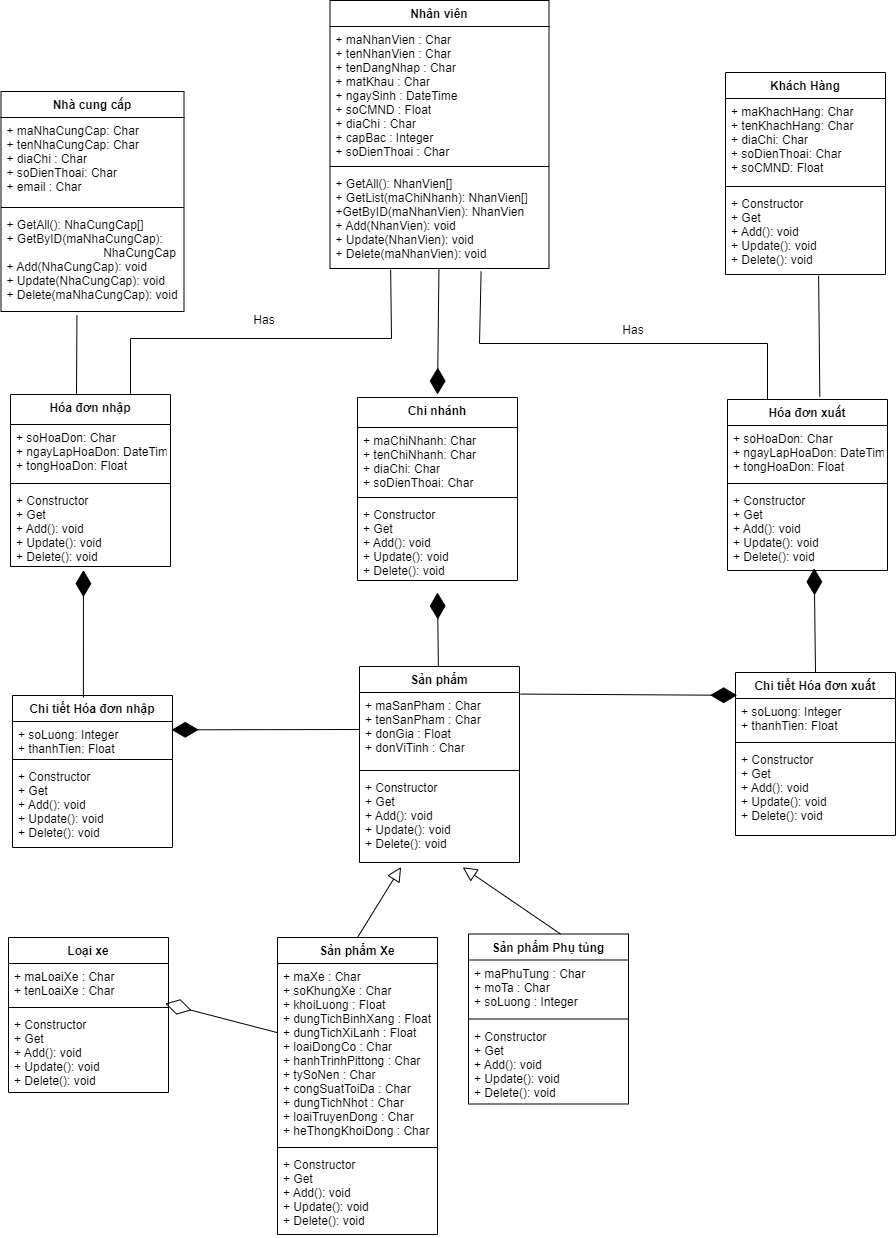
Before: Sơ Đồ Class.png, a diagram exported from draw.io (ChauCongTu/thiet-ke-linh-tinh). Source tidied: cells renumbered, new cells last; positions are measured from the earlier drawing's top-left corner, leaving out a move shared by most shapes.
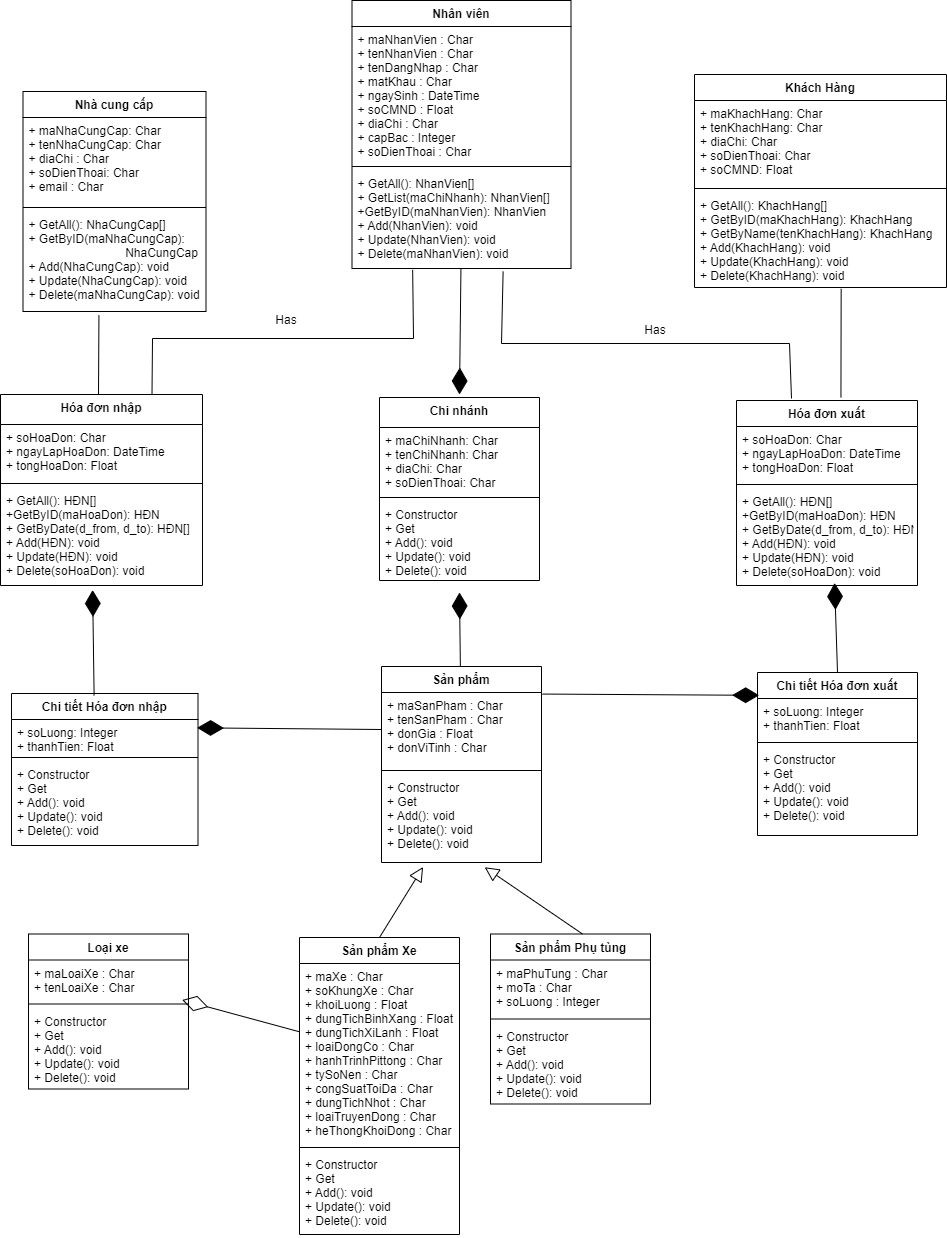
The same file after the commit.

Commit message:
Cập nhật Sơ Đồ Class.png

What changed in the source:
```diff
@@ -3,16 +3,16 @@
     <mxCell id="0" />
     <mxCell id="1" parent="0" />
     <mxCell id="2" value="Khách Hàng" style="swimlane;fontStyle=1;align=center;verticalAlign=top;horizontal=1;startSize=26;" parent="1" vertex="1">
-      <mxGeometry x="724" y="72" width="160" height="202" as="geometry" />
+      <mxGeometry x="671" y="74" width="252" height="213" as="geometry" />
     </mxCell>
     <mxCell id="3" value="+ maKhachHang: Char&#10;+ tenKhachHang: Char&#10;+ diaChi: Char&#10;+ soDienThoai: Char&#10;+ soCMND: Float" style="text;strokeColor=none;fillColor=none;align=left;verticalAlign=top;spacingLeft=4;spacingRight=4;overflow=hidden;" parent="2" vertex="1">
-      <mxGeometry y="26" width="160" height="84" as="geometry" />
+      <mxGeometry y="26" width="252" height="84" as="geometry" />
     </mxCell>
     <mxCell id="4" style="line;strokeWidth=1;fillColor=none;align=left;verticalAlign=middle;spacingTop=-1;spacingLeft=3;spacingRight=3;labelPosition=right;strokeColor=inherit;" parent="2" vertex="1">
-      <mxGeometry y="110" width="160" height="8" as="geometry" />
+      <mxGeometry y="110" width="252" height="8" as="geometry" />
     </mxCell>
-    <mxCell id="5" value="+ Constructor&#10;+ Get&#10;+ Add(): void&#10;+ Update(): void&#10;+ Delete(): void" style="text;strokeColor=none;fillColor=none;align=left;verticalAlign=top;spacingLeft=4;spacingRight=4;overflow=hidden;points=[[0,0.5],[1,0.5]];portConstraint=eastwest;" parent="2" vertex="1">
-      <mxGeometry y="118" width="160" height="84" as="geometry" />
+    <mxCell id="5" value="+ GetAll(): KhachHang[]&#10;+ GetByID(maKhachHang): KhachHang&#10;+ GetByName(tenKhachHang): KhachHang&#10;+ Add(KhachHang): void&#10;+ Update(KhachHang): void&#10;+ Delete(KhachHang): void" style="text;strokeColor=none;fillColor=none;align=left;verticalAlign=top;spacingLeft=4;spacingRight=4;overflow=hidden;points=[[0,0.5],[1,0.5]];portConstraint=eastwest;" parent="2" vertex="1">
+      <mxGeometry y="118" width="252" height="95" as="geometry" />
     </mxCell>
     <mxCell id="6" value="Nhà cung cấp" style="swimlane;fontStyle=1;align=center;verticalAlign=top;horizontal=1;startSize=26;" parent="1" vertex="1">
       <mxGeometry x="-0.5" y="91" width="183" height="220" as="geometry" />
@@ -27,16 +27,16 @@
       <mxGeometry y="120" width="183" height="100" as="geometry" />
     </mxCell>
     <mxCell id="10" value="Hóa đơn nhập" style="swimlane;fontStyle=1;align=center;verticalAlign=top;horizontal=1;startSize=30;" parent="1" vertex="1">
-      <mxGeometry x="9" y="394" width="160" height="172" as="geometry" />
+      <mxGeometry x="-23" y="394" width="202" height="191" as="geometry" />
     </mxCell>
     <mxCell id="11" value="+ soHoaDon: Char&#10;+ ngayLapHoaDon: DateTime&#10;+ tongHoaDon: Float" style="text;strokeColor=none;fillColor=none;align=left;verticalAlign=top;spacingLeft=4;spacingRight=4;overflow=hidden;" parent="10" vertex="1">
-      <mxGeometry y="30" width="160" height="55" as="geometry" />
+      <mxGeometry y="30" width="202" height="55" as="geometry" />
     </mxCell>
     <mxCell id="12" style="line;strokeWidth=1;fillColor=none;align=left;verticalAlign=middle;spacingTop=-1;spacingLeft=3;spacingRight=3;labelPosition=right;strokeColor=inherit;" parent="10" vertex="1">
-      <mxGeometry y="85" width="160" height="8" as="geometry" />
+      <mxGeometry y="85" width="202" height="8" as="geometry" />
     </mxCell>
-    <mxCell id="13" value="+ Constructor&#10;+ Get&#10;+ Add(): void&#10;+ Update(): void&#10;+ Delete(): void" style="text;strokeColor=none;fillColor=none;align=left;verticalAlign=top;spacingLeft=4;spacingRight=4;overflow=hidden;points=[[0,0.5],[1,0.5]];portConstraint=eastwest;" parent="10" vertex="1">
-      <mxGeometry y="93" width="160" height="79" as="geometry" />
+    <mxCell id="13" value="+ GetAll(): HĐN[]&#10;+GetByID(maHoaDon): HĐN&#10;+ GetByDate(d_from, d_to): HĐN[]&#10;+ Add(HĐN): void&#10;+ Update(HĐN): void&#10;+ Delete(soHoaDon): void" style="text;strokeColor=none;fillColor=none;align=left;verticalAlign=top;spacingLeft=4;spacingRight=4;overflow=hidden;points=[[0,0.5],[1,0.5]];portConstraint=eastwest;" parent="10" vertex="1">
+      <mxGeometry y="93" width="202" height="98" as="geometry" />
     </mxCell>
     <mxCell id="14" value="Nhân viên" style="swimlane;fontStyle=1;align=center;verticalAlign=top;horizontal=1;startSize=26;" parent="1" vertex="1">
       <mxGeometry x="328.5" width="219" height="268" as="geometry" />
@@ -51,7 +51,7 @@
       <mxGeometry y="170" width="219" height="98" as="geometry" />
     </mxCell>
     <mxCell id="18" value="Loại xe" style="swimlane;fontStyle=1;align=center;verticalAlign=top;horizontal=1;startSize=26;" parent="1" vertex="1">
-      <mxGeometry x="7" y="937" width="160" height="155" as="geometry" />
+      <mxGeometry x="5" y="933.5" width="160" height="155" as="geometry" />
     </mxCell>
     <mxCell id="19" value="+ maLoaiXe : Char&#10;+ tenLoaiXe : Char" style="text;strokeColor=none;fillColor=none;align=left;verticalAlign=top;spacingLeft=4;spacingRight=4;overflow=hidden;points=[[0,0.5],[1,0.5]];portConstraint=eastwest;" parent="18" vertex="1">
       <mxGeometry y="26" width="160" height="40" as="geometry" />
@@ -111,28 +111,28 @@
       <mxGeometry y="74" width="160" height="89" as="geometry" />
     </mxCell>
     <mxCell id="38" value="Chi tiết Hóa đơn nhập" style="swimlane;fontStyle=1;align=center;verticalAlign=top;horizontal=1;startSize=26;" parent="1" vertex="1">
-      <mxGeometry x="11" y="695" width="160" height="152" as="geometry" />
+      <mxGeometry x="-12" y="693" width="186.5" height="152" as="geometry" />
     </mxCell>
     <mxCell id="39" value="+ soLuong: Integer&#10;+ thanhTien: Float" style="text;strokeColor=none;fillColor=none;align=left;verticalAlign=top;spacingLeft=4;spacingRight=4;overflow=hidden;points=[[0,0.5],[1,0.5]];portConstraint=eastwest;" parent="38" vertex="1">
-      <mxGeometry y="26" width="160" height="34" as="geometry" />
+      <mxGeometry y="26" width="186.5" height="34" as="geometry" />
     </mxCell>
     <mxCell id="40" style="line;strokeWidth=1;fillColor=none;align=left;verticalAlign=middle;spacingTop=-1;spacingLeft=3;spacingRight=3;labelPosition=right;strokeColor=inherit;" parent="38" vertex="1">
-      <mxGeometry y="60" width="160" height="8" as="geometry" />
+      <mxGeometry y="60" width="186.5" height="8" as="geometry" />
     </mxCell>
     <mxCell id="41" value="+ Constructor&#10;+ Get&#10;+ Add(): void&#10;+ Update(): void&#10;+ Delete(): void" style="text;strokeColor=none;fillColor=none;align=left;verticalAlign=top;spacingLeft=4;spacingRight=4;overflow=hidden;" parent="38" vertex="1">
-      <mxGeometry y="68" width="160" height="84" as="geometry" />
+      <mxGeometry y="68" width="186.5" height="84" as="geometry" />
     </mxCell>
     <mxCell id="42" value="Hóa đơn xuất" style="swimlane;fontStyle=1;align=center;verticalAlign=top;horizontal=1;startSize=26;" parent="1" vertex="1">
-      <mxGeometry x="726" y="399" width="160" height="171" as="geometry" />
+      <mxGeometry x="713" y="400" width="181" height="185" as="geometry" />
     </mxCell>
     <mxCell id="43" value="+ soHoaDon: Char&#10;+ ngayLapHoaDon: DateTime&#10;+ tongHoaDon: Float" style="text;strokeColor=none;fillColor=none;align=left;verticalAlign=top;spacingLeft=4;spacingRight=4;overflow=hidden;" parent="42" vertex="1">
-      <mxGeometry y="26" width="160" height="54" as="geometry" />
+      <mxGeometry y="26" width="181" height="54" as="geometry" />
     </mxCell>
     <mxCell id="44" style="line;strokeWidth=1;fillColor=none;align=left;verticalAlign=middle;spacingTop=-1;spacingLeft=3;spacingRight=3;labelPosition=right;strokeColor=inherit;" parent="42" vertex="1">
-      <mxGeometry y="80" width="160" height="8" as="geometry" />
+      <mxGeometry y="80" width="181" height="8" as="geometry" />
     </mxCell>
-    <mxCell id="45" value="+ Constructor&#10;+ Get&#10;+ Add(): void&#10;+ Update(): void&#10;+ Delete(): void" style="text;strokeColor=none;fillColor=none;align=left;verticalAlign=top;spacingLeft=4;spacingRight=4;overflow=hidden;points=[[0,0.5],[1,0.5]];portConstraint=eastwest;" parent="42" vertex="1">
-      <mxGeometry y="88" width="160" height="83" as="geometry" />
+    <mxCell id="45" value="+ GetAll(): HĐN[]&#10;+GetByID(maHoaDon): HĐN&#10;+ GetByDate(d_from, d_to): HĐN[]&#10;+ Add(HĐN): void&#10;+ Update(HĐN): void&#10;+ Delete(soHoaDon): void" style="text;strokeColor=none;fillColor=none;align=left;verticalAlign=top;spacingLeft=4;spacingRight=4;overflow=hidden;points=[[0,0.5],[1,0.5]];portConstraint=eastwest;" parent="42" vertex="1">
+      <mxGeometry y="88" width="181" height="97" as="geometry" />
     </mxCell>
     <mxCell id="46" style="endArrow=diamondThin;endFill=1;endSize=24;html=1;rounded=0;entryX=0.5;entryY=1;entryDx=0;entryDy=0;" parent="1" edge="1" source="30">
       <mxGeometry relative="1" as="geometry">
@@ -158,8 +158,9 @@
         </Array>
       </mxGeometry>
     </mxCell>
-    <mxCell id="51" style="endArrow=none;html=1;rounded=0;exitX=0.25;exitY=0;exitDx=0;exitDy=0;entryX=0.69;entryY=1.032;entryDx=0;entryDy=0;entryPerimeter=0;" parent="1" edge="1" source="42" target="17">
+    <mxCell id="51" style="endArrow=none;html=1;rounded=0;entryX=0.69;entryY=1.032;entryDx=0;entryDy=0;entryPerimeter=0;" parent="1" edge="1" target="17">
       <mxGeometry relative="1" as="geometry">
+        <mxPoint x="768" y="398" as="sourcePoint" />
         <Array as="points">
           <mxPoint x="766" y="343" />
           <mxPoint x="478" y="343" />
```
